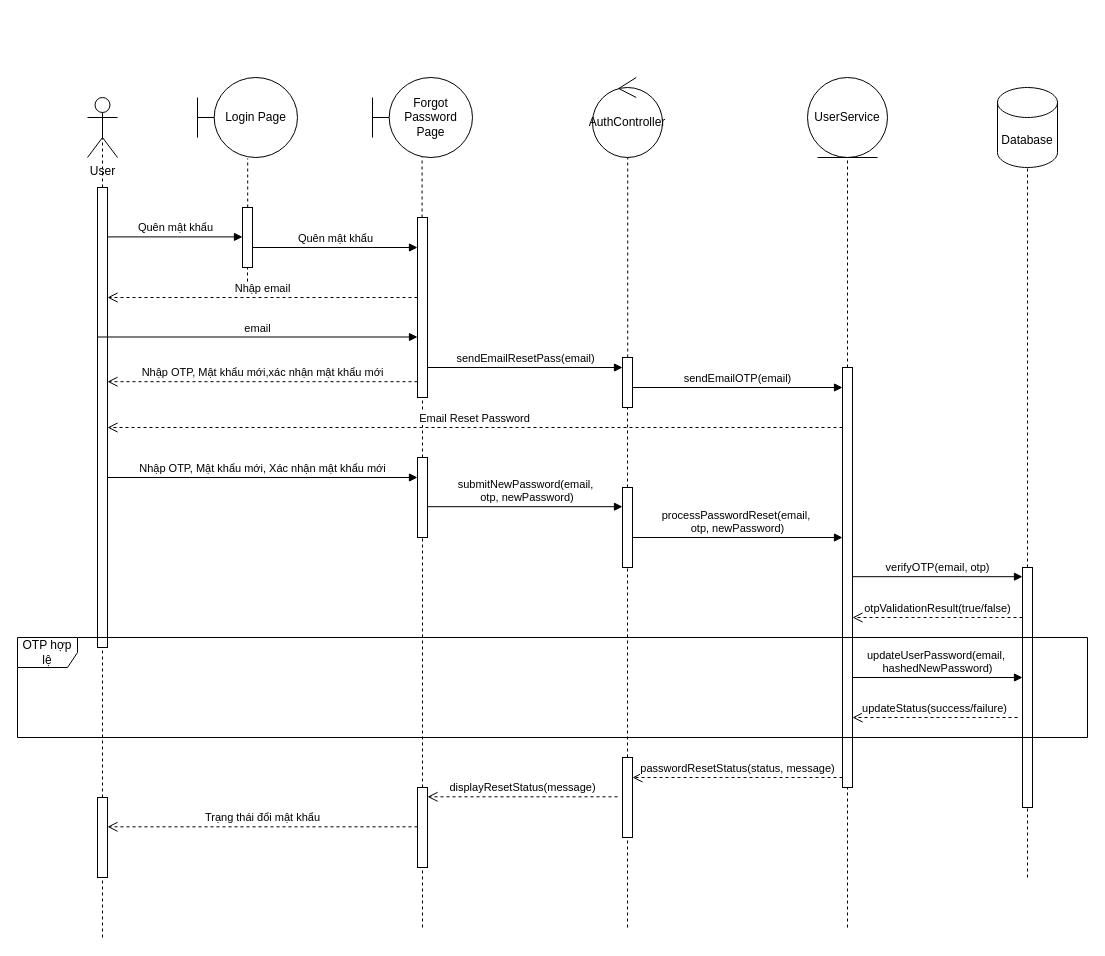
This is Sequence diagram/Login/forgot_password.drawio from cuongceg/BTL-IT3120, a draw.io file, before an edit. Source tidied: cells renumbered, new cells numbered last; positions are measured from the earlier drawing's top-left corner, leaving out a move shared by most shapes. Both pictures are drawn from the tidied source at 100%, with x=0, y=0 at pixel (17, 77).
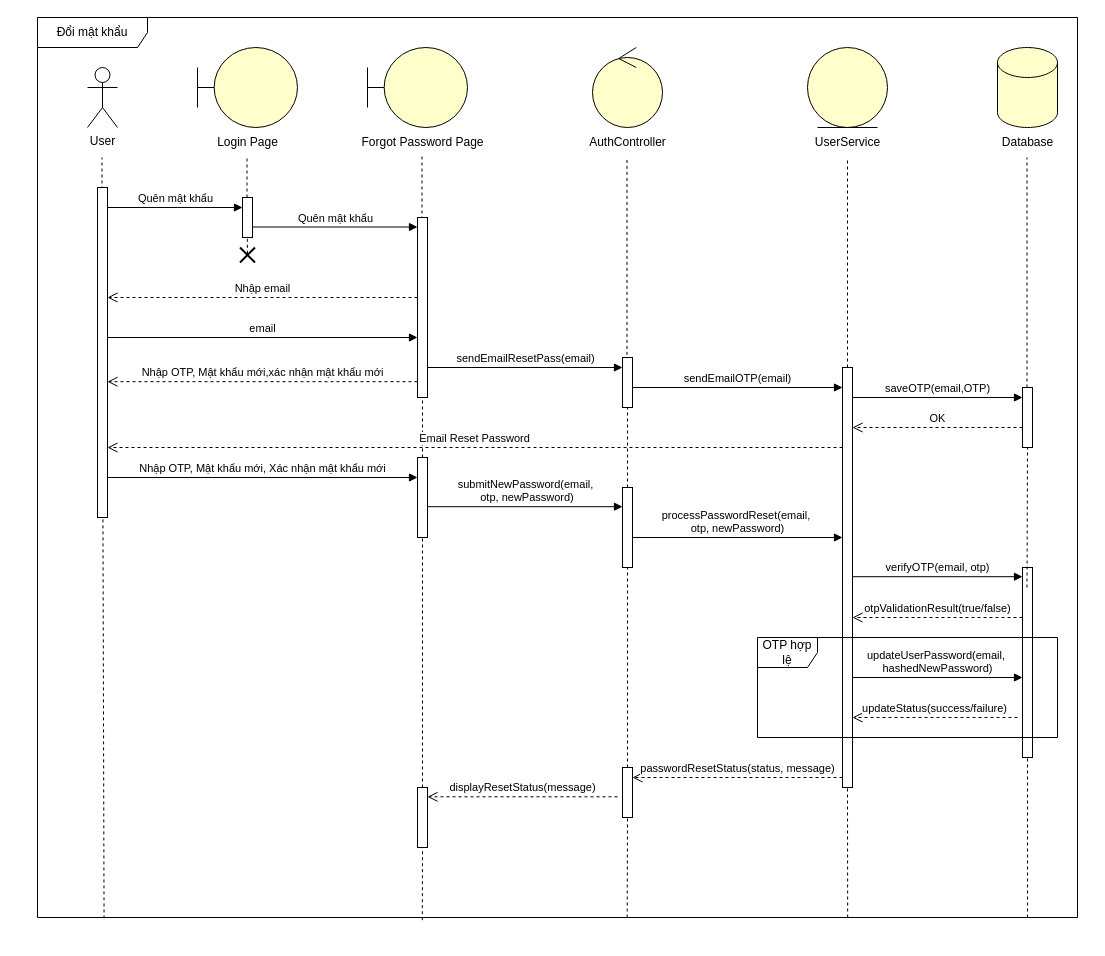
The same diagram, later.

Commit message:
Cập nhật forgot_password.drawio

Unchanged cells that the change refers to:
```xml
<mxCell id="16" style="html=1;points=[[0,0,0,0,5],[0,1,0,0,-5],[1,0,0,0,5],[1,1,0,0,-5]];perimeter=orthogonalPerimeter;outlineConnect=0;targetShapes=umlLifeline;portConstraint=eastwest;newEdgeStyle={&quot;curved&quot;:0,&quot;rounded&quot;:0};" parent="1" vertex="1">
  <mxGeometry x="400" y="140" width="10" height="180" as="geometry" />
</mxCell>
<mxCell id="21" style="html=1;points=[[0,0,0,0,5],[0,1,0,0,-5],[1,0,0,0,5],[1,1,0,0,-5]];perimeter=orthogonalPerimeter;outlineConnect=0;targetShapes=umlLifeline;portConstraint=eastwest;newEdgeStyle={&quot;curved&quot;:0,&quot;rounded&quot;:0};" parent="1" vertex="1">
  <mxGeometry x="605" y="280" width="10" height="50" as="geometry" />
</mxCell>
<mxCell id="24" style="html=1;points=[[0,0,0,0,5],[0,1,0,0,-5],[1,0,0,0,5],[1,1,0,0,-5]];perimeter=orthogonalPerimeter;outlineConnect=0;targetShapes=umlLifeline;portConstraint=eastwest;newEdgeStyle={&quot;curved&quot;:0,&quot;rounded&quot;:0};" parent="1" vertex="1">
  <mxGeometry x="825" y="290" width="10" height="420" as="geometry" />
</mxCell>
```

The edit, as a diff of the source:
```diff
@@
     <mxCell id="2" value="User" style="shape=umlActor;verticalLabelPosition=bottom;verticalAlign=top;html=1;outlineConnect=0;" parent="1" vertex="1">
-      <mxGeometry x="70" y="20" width="30" height="60" as="geometry" />
+      <mxGeometry x="70" y="-10" width="30" height="60" as="geometry" />
     </mxCell>
-    <mxCell id="3" style="endArrow=none;dashed=1;html=1;rounded=0;entryX=0.5;entryY=0.5;entryDx=0;entryDy=0;entryPerimeter=0;" parent="1" edge="1" source="11" target="2">
-      <mxGeometry relative="1" as="geometry" />
+    <mxCell id="3" style="endArrow=none;dashed=1;html=1;rounded=0;entryX=0.5;entryY=0.5;entryDx=0;entryDy=0;entryPerimeter=0;" parent="1" edge="1">
+      <mxGeometry relative="1" as="geometry">
+        <mxPoint x="84.5" y="160" as="sourcePoint" />
+        <mxPoint x="84.5" y="80" as="targetPoint" />
+      </mxGeometry>
     </mxCell>
-    <mxCell id="4" value="Database" style="shape=cylinder3;whiteSpace=wrap;html=1;boundedLbl=1;backgroundOutline=1;size=15;" parent="1" vertex="1">
-      <mxGeometry x="980" y="10" width="60" height="80" as="geometry" />
+    <mxCell id="4" style="shape=cylinder3;whiteSpace=wrap;html=1;boundedLbl=1;backgroundOutline=1;size=15;fillColor=light-dark(#FFFFCC,#FFFFCC);" parent="1" vertex="1">
+      <mxGeometry x="980" y="-30" width="60" height="80" as="geometry" />
     </mxCell>
-    <mxCell id="5" style="endArrow=none;dashed=1;html=1;rounded=0;entryX=0.502;entryY=1.013;entryDx=0;entryDy=0;entryPerimeter=0;" parent="1" edge="1" source="13" target="51">
-      <mxGeometry relative="1" as="geometry" />
+    <mxCell id="5" style="endArrow=none;dashed=1;html=1;rounded=0;entryX=0.502;entryY=1.013;entryDx=0;entryDy=0;entryPerimeter=0;" parent="1" edge="1" source="13">
+      <mxGeometry relative="1" as="geometry">
+        <mxPoint x="229.5" y="80" as="targetPoint" />
+      </mxGeometry>
     </mxCell>
-    <mxCell id="6" style="endArrow=none;dashed=1;html=1;rounded=0;entryX=0.496;entryY=0.983;entryDx=0;entryDy=0;entryPerimeter=0;" parent="1" edge="1" source="16" target="52">
-      <mxGeometry relative="1" as="geometry" />
+    <mxCell id="6" style="endArrow=none;dashed=1;html=1;rounded=0;entryX=0.496;entryY=0.983;entryDx=0;entryDy=0;entryPerimeter=0;" parent="1" edge="1">
+      <mxGeometry relative="1" as="geometry">
+        <mxPoint x="404.5" y="160" as="sourcePoint" />
+        <mxPoint x="404.5" y="78.6" as="targetPoint" />
+      </mxGeometry>
     </mxCell>
-    <mxCell id="7" style="endArrow=none;dashed=1;html=1;rounded=0;entryX=0.503;entryY=0.983;entryDx=0;entryDy=0;entryPerimeter=0;" parent="1" edge="1" source="21" target="53">
-      <mxGeometry relative="1" as="geometry" />
+    <mxCell id="7" style="endArrow=none;dashed=1;html=1;rounded=0;entryX=0.503;entryY=0.983;entryDx=0;entryDy=0;entryPerimeter=0;" parent="1" edge="1">
+      <mxGeometry relative="1" as="geometry">
+        <mxPoint x="609.5" y="301.4" as="sourcePoint" />
+        <mxPoint x="609.5" y="80" as="targetPoint" />
+      </mxGeometry>
     </mxCell>
@@
-    <mxCell id="9" style="endArrow=none;dashed=1;html=1;rounded=0;entryX=0.5;entryY=1;entryDx=0;entryDy=0;entryPerimeter=0;" parent="1" edge="1" source="37" target="4">
-      <mxGeometry relative="1" as="geometry" />
+    <mxCell id="9" style="endArrow=none;dashed=1;html=1;rounded=0;entryX=0.5;entryY=1;entryDx=0;entryDy=0;entryPerimeter=0;" parent="1" edge="1" source="66">
+      <mxGeometry relative="1" as="geometry">
+        <mxPoint x="1009.5" y="80" as="targetPoint" />
+      </mxGeometry>
     </mxCell>
-    <mxCell id="10" style="endArrow=none;dashed=1;html=1;rounded=0;entryX=0.5;entryY=0.5;entryDx=0;entryDy=0;entryPerimeter=0;" parent="1" edge="1" source="49" target="11">
+    <mxCell id="10" style="endArrow=none;dashed=1;html=1;rounded=0;entryX=0.5;entryY=0.5;entryDx=0;entryDy=0;entryPerimeter=0;exitX=0.064;exitY=1.001;exitDx=0;exitDy=0;exitPerimeter=0;" parent="1" edge="1" source="67" target="11">
       <mxGeometry relative="1" as="geometry" />
     </mxCell>
     <mxCell id="11" style="html=1;points=[[0,0,0,0,5],[0,1,0,0,-5],[1,0,0,0,5],[1,1,0,0,-5]];perimeter=orthogonalPerimeter;outlineConnect=0;targetShapes=umlLifeline;portConstraint=eastwest;newEdgeStyle={&quot;curved&quot;:0,&quot;rounded&quot;:0};" parent="1" vertex="1">
-      <mxGeometry x="80" y="110" width="10" height="460" as="geometry" />
+      <mxGeometry x="80" y="110" width="10" height="330" as="geometry" />
     </mxCell>
-    <mxCell id="12" style="endArrow=none;dashed=1;html=1;rounded=0;entryX=0.5;entryY=1;entryDx=0;entryDy=0;" parent="1" edge="1" target="13">
+    <mxCell id="12" style="endArrow=none;dashed=1;html=1;rounded=0;entryX=0.5;entryY=1;entryDx=0;entryDy=0;exitX=0.5;exitY=0.42;exitDx=0;exitDy=0;exitPerimeter=0;" parent="1" edge="1" source="56">
       <mxGeometry relative="1" as="geometry">
-        <mxPoint x="230" y="210" as="sourcePoint" />
+        <mxPoint x="229.5" y="140" as="targetPoint" />
       </mxGeometry>
     </mxCell>
-    <mxCell id="13" style="html=1;points=[[0,0,0,0,5],[0,1,0,0,-5],[1,0,0,0,5],[1,1,0,0,-5]];perimeter=orthogonalPerimeter;outlineConnect=0;targetShapes=umlLifeline;portConstraint=eastwest;newEdgeStyle={&quot;curved&quot;:0,&quot;rounded&quot;:0};" parent="1" vertex="1">
-      <mxGeometry x="225" y="130" width="10" height="60" as="geometry" />
-    </mxCell>
     <mxCell id="14" value="Quên mật khẩu" style="html=1;verticalAlign=bottom;endArrow=block;curved=0;rounded=0;" parent="1" edge="1">
       <mxGeometry relative="1" as="geometry">
-        <mxPoint x="90" y="159.4" as="sourcePoint" />
-        <mxPoint x="225" y="159.4" as="targetPoint" />
+        <mxPoint x="90" y="130" as="sourcePoint" />
+        <mxPoint x="225" y="130" as="targetPoint" />
         <Array as="points">
-          <mxPoint x="160" y="159.4" />
+          <mxPoint x="160" y="130" />
         </Array>
       </mxGeometry>
     </mxCell>
@@
-    <mxCell id="17" value="Quên mật khẩu" style="html=1;verticalAlign=bottom;endArrow=block;curved=0;rounded=0;" parent="1" edge="1" target="16">
+    <mxCell id="17" value="Quên mật khẩu" style="html=1;verticalAlign=bottom;endArrow=block;curved=0;rounded=0;" parent="1" edge="1">
       <mxGeometry relative="1" as="geometry">
-        <mxPoint x="235" y="170" as="sourcePoint" />
+        <mxPoint x="235" y="149.5" as="sourcePoint" />
+        <mxPoint x="400" y="149.5" as="targetPoint" />
       </mxGeometry>
     </mxCell>
-    <mxCell id="18" value="Nhập email" style="html=1;verticalAlign=bottom;endArrow=open;dashed=1;endSize=8;curved=0;rounded=0;" parent="1" edge="1">
+    <mxCell id="18" value="Nhập&amp;nbsp;&lt;span style=&quot;background-color: light-dark(#ffffff, var(--ge-dark-color, #121212)); color: light-dark(rgb(0, 0, 0), rgb(255, 255, 255));&quot;&gt;email&lt;/span&gt;" style="html=1;verticalAlign=bottom;endArrow=open;dashed=1;endSize=8;curved=0;rounded=0;" parent="1" edge="1">
       <mxGeometry relative="1" as="geometry">
         <mxPoint x="400" y="220" as="sourcePoint" />
         <mxPoint x="90" y="220" as="targetPoint" />
       </mxGeometry>
     </mxCell>
     <mxCell id="19" value="email" style="html=1;verticalAlign=bottom;endArrow=block;curved=0;rounded=0;" parent="1" edge="1" target="16">
       <mxGeometry relative="1" as="geometry">
-        <mxPoint x="80" y="259.5" as="sourcePoint" />
+        <mxPoint x="90" y="260" as="sourcePoint" />
       </mxGeometry>
     </mxCell>
@@
-    <mxCell id="23" style="endArrow=none;dashed=1;html=1;rounded=0;entryX=0.5;entryY=1;entryDx=0;entryDy=0;" parent="1" edge="1" target="24">
-      <mxGeometry relative="1" as="geometry">
-        <mxPoint x="830" y="850" as="sourcePoint" />
-      </mxGeometry>
+    <mxCell id="23" style="endArrow=none;dashed=1;html=1;rounded=0;entryX=0.5;entryY=1;entryDx=0;entryDy=0;exitX=0.779;exitY=1;exitDx=0;exitDy=0;exitPerimeter=0;" parent="1" edge="1" source="67" target="24">
+      <mxGeometry relative="1" as="geometry" />
     </mxCell>
@@
-    <mxCell id="26" value="Email Reset Password" style="html=1;verticalAlign=bottom;endArrow=open;dashed=1;endSize=8;curved=0;rounded=0;" parent="1" edge="1" target="11">
+    <mxCell id="26" value="Email Reset Password" style="html=1;verticalAlign=bottom;endArrow=open;dashed=1;endSize=8;curved=0;rounded=0;" parent="1" edge="1">
       <mxGeometry relative="1" as="geometry">
-        <mxPoint x="825" y="350" as="sourcePoint" />
+        <mxPoint x="825" y="370" as="sourcePoint" />
+        <mxPoint x="90" y="370" as="targetPoint" />
       </mxGeometry>
     </mxCell>
@@
-    <mxCell id="36" style="endArrow=none;dashed=1;html=1;rounded=0;entryX=0.5;entryY=1;entryDx=0;entryDy=0;entryPerimeter=0;" parent="1" edge="1" target="37">
-      <mxGeometry relative="1" as="geometry">
-        <mxPoint x="1010" y="800" as="sourcePoint" />
-      </mxGeometry>
+    <mxCell id="36" style="endArrow=none;dashed=1;html=1;rounded=0;entryX=0.5;entryY=1;entryDx=0;entryDy=0;entryPerimeter=0;exitX=0.952;exitY=1;exitDx=0;exitDy=0;exitPerimeter=0;" parent="1" edge="1" source="67" target="37">
+      <mxGeometry relative="1" as="geometry" />
     </mxCell>
     <mxCell id="37" style="html=1;points=[[0,0,0,0,5],[0,1,0,0,-5],[1,0,0,0,5],[1,1,0,0,-5]];perimeter=orthogonalPerimeter;outlineConnect=0;targetShapes=umlLifeline;portConstraint=eastwest;newEdgeStyle={&quot;curved&quot;:0,&quot;rounded&quot;:0};" parent="1" vertex="1">
-      <mxGeometry x="1005" y="490" width="10" height="240" as="geometry" />
+      <mxGeometry x="1005" y="490" width="10" height="190" as="geometry" />
     </mxCell>
@@
     <mxCell id="39" value="OTP hợp lệ" style="shape=umlFrame;whiteSpace=wrap;html=1;" parent="1" vertex="1">
-      <mxGeometry y="560" width="1070" height="100" as="geometry" />
+      <mxGeometry x="740" y="560" width="300" height="100" as="geometry" />
     </mxCell>
@@
-    <mxCell id="43" style="endArrow=none;dashed=1;html=1;rounded=0;entryX=0.5;entryY=1;entryDx=0;entryDy=0;" parent="1" edge="1" target="44">
-      <mxGeometry relative="1" as="geometry">
-        <mxPoint x="610" y="850" as="sourcePoint" />
-      </mxGeometry>
+    <mxCell id="43" style="endArrow=none;dashed=1;html=1;rounded=0;entryX=0.5;entryY=1;entryDx=0;entryDy=0;exitX=0.567;exitY=1;exitDx=0;exitDy=0;exitPerimeter=0;" parent="1" edge="1" source="67" target="44">
+      <mxGeometry relative="1" as="geometry" />
     </mxCell>
     <mxCell id="44" style="html=1;points=[[0,0,0,0,5],[0,1,0,0,-5],[1,0,0,0,5],[1,1,0,0,-5]];perimeter=orthogonalPerimeter;outlineConnect=0;targetShapes=umlLifeline;portConstraint=eastwest;newEdgeStyle={&quot;curved&quot;:0,&quot;rounded&quot;:0};" parent="1" vertex="1">
-      <mxGeometry x="605" y="680" width="10" height="80" as="geometry" />
+      <mxGeometry x="605" y="690" width="10" height="50" as="geometry" />
     </mxCell>
-    <mxCell id="45" style="endArrow=none;dashed=1;html=1;rounded=0;entryX=0.5;entryY=1;entryDx=0;entryDy=0;" parent="1" edge="1" target="46">
-      <mxGeometry relative="1" as="geometry">
-        <mxPoint x="405" y="850" as="sourcePoint" />
-      </mxGeometry>
+    <mxCell id="45" style="endArrow=none;dashed=1;html=1;rounded=0;entryX=0.5;entryY=1;entryDx=0;entryDy=0;exitX=0.37;exitY=1.003;exitDx=0;exitDy=0;exitPerimeter=0;" parent="1" edge="1" source="67" target="46">
+      <mxGeometry relative="1" as="geometry" />
     </mxCell>
     <mxCell id="46" style="html=1;points=[[0,0,0,0,5],[0,1,0,0,-5],[1,0,0,0,5],[1,1,0,0,-5]];perimeter=orthogonalPerimeter;outlineConnect=0;targetShapes=umlLifeline;portConstraint=eastwest;newEdgeStyle={&quot;curved&quot;:0,&quot;rounded&quot;:0};" parent="1" vertex="1">
-      <mxGeometry x="400" y="710" width="10" height="80" as="geometry" />
+      <mxGeometry x="400" y="710" width="10" height="60" as="geometry" />
     </mxCell>
@@
-    <mxCell id="48" style="endArrow=none;dashed=1;html=1;rounded=0;entryX=0.5;entryY=0.5;entryDx=0;entryDy=0;entryPerimeter=0;" parent="1" edge="1" target="49">
-      <mxGeometry relative="1" as="geometry">
-        <mxPoint x="85" y="860" as="sourcePoint" />
-      </mxGeometry>
-    </mxCell>
-    <mxCell id="49" style="html=1;points=[[0,0,0,0,5],[0,1,0,0,-5],[1,0,0,0,5],[1,1,0,0,-5]];perimeter=orthogonalPerimeter;outlineConnect=0;targetShapes=umlLifeline;portConstraint=eastwest;newEdgeStyle={&quot;curved&quot;:0,&quot;rounded&quot;:0};" parent="1" vertex="1">
-      <mxGeometry x="80" y="720" width="10" height="80" as="geometry" />
-    </mxCell>
-    <mxCell id="50" value="Trạng thái đổi mật khẩu" style="html=1;verticalAlign=bottom;endArrow=open;dashed=1;endSize=8;curved=0;rounded=0;" parent="1" edge="1" target="49">
-      <mxGeometry relative="1" as="geometry">
-        <mxPoint x="400" y="749.3" as="sourcePoint" />
-      </mxGeometry>
-    </mxCell>
-    <mxCell id="51" value="Login Page" style="shape=umlBoundary;whiteSpace=wrap;html=1;" parent="1" vertex="1">
-      <mxGeometry x="180" width="100" height="80" as="geometry" />
+    <mxCell id="51" style="shape=umlBoundary;whiteSpace=wrap;html=1;fillColor=light-dark(#FFFFCC,#FFFFCC);" parent="1" vertex="1">
+      <mxGeometry x="180" y="-30" width="100" height="80" as="geometry" />
     </mxCell>
-    <mxCell id="52" value="Forgot Password Page" style="shape=umlBoundary;whiteSpace=wrap;html=1;" parent="1" vertex="1">
-      <mxGeometry x="355" width="100" height="80" as="geometry" />
+    <mxCell id="52" style="shape=umlBoundary;whiteSpace=wrap;html=1;fillColor=light-dark(#FFFFCC,#FFFFCC);" parent="1" vertex="1">
+      <mxGeometry x="350" y="-30" width="100" height="80" as="geometry" />
     </mxCell>
-    <mxCell id="53" value="AuthController" style="ellipse;shape=umlControl;whiteSpace=wrap;html=1;" parent="1" vertex="1">
-      <mxGeometry x="575" width="70" height="80" as="geometry" />
+    <mxCell id="53" style="ellipse;shape=umlControl;whiteSpace=wrap;html=1;fillColor=light-dark(#FFFFCC,#FFFFCC);" parent="1" vertex="1">
+      <mxGeometry x="575" y="-30" width="70" height="80" as="geometry" />
     </mxCell>
-    <mxCell id="54" value="UserService" style="ellipse;shape=umlEntity;whiteSpace=wrap;html=1;" parent="1" vertex="1">
-      <mxGeometry x="790" width="80" height="80" as="geometry" />
+    <mxCell id="54" style="ellipse;shape=umlEntity;whiteSpace=wrap;html=1;fillColor=light-dark(#FFFFCC,#FFFFCC);" parent="1" vertex="1">
+      <mxGeometry x="790" y="-30" width="80" height="80" as="geometry" />
     </mxCell>
+    <mxCell id="55" style="endArrow=none;dashed=1;html=1;rounded=0;entryX=0.502;entryY=1.013;entryDx=0;entryDy=0;entryPerimeter=0;" parent="1" edge="1" target="13">
+      <mxGeometry relative="1" as="geometry">
+        <mxPoint x="229.5" y="149" as="sourcePoint" />
+      </mxGeometry>
+    </mxCell>
+    <mxCell id="13" style="html=1;points=[[0,0,0,0,5],[0,1,0,0,-5],[1,0,0,0,5],[1,1,0,0,-5]];perimeter=orthogonalPerimeter;outlineConnect=0;targetShapes=umlLifeline;portConstraint=eastwest;newEdgeStyle={&quot;curved&quot;:0,&quot;rounded&quot;:0};" parent="1" vertex="1">
+      <mxGeometry x="225" y="120" width="10" height="40" as="geometry" />
+    </mxCell>
+    <mxCell id="56" style="shape=umlDestroy;whiteSpace=wrap;html=1;strokeWidth=2;targetShapes=umlLifeline;fontSize=6;" parent="1" vertex="1">
+      <mxGeometry x="222.5" y="170" width="15" height="15" as="geometry" />
+    </mxCell>
+    <mxCell id="57" value="Login Page" style="text;html=1;align=center;verticalAlign=middle;strokeColor=none;fillColor=none;" parent="1" vertex="1">
+      <mxGeometry x="190" y="50" width="80" height="30" as="geometry" />
+    </mxCell>
+    <mxCell id="58" value="Forgot Password Page" style="text;html=1;align=center;verticalAlign=middle;strokeColor=none;fillColor=none;" parent="1" vertex="1">
+      <mxGeometry x="330" y="50" width="150" height="30" as="geometry" />
+    </mxCell>
+    <mxCell id="59" value="AuthController" style="text;html=1;align=center;verticalAlign=middle;strokeColor=none;fillColor=none;" parent="1" vertex="1">
+      <mxGeometry x="560" y="50" width="100" height="30" as="geometry" />
+    </mxCell>
+    <mxCell id="60" value="&lt;span style=&quot;text-wrap-mode: wrap;&quot;&gt;UserService&lt;/span&gt;" style="text;html=1;align=center;verticalAlign=middle;strokeColor=none;fillColor=none;" parent="1" vertex="1">
+      <mxGeometry x="785" y="50" width="90" height="30" as="geometry" />
+    </mxCell>
+    <mxCell id="61" value="&lt;span style=&quot;text-wrap-mode: wrap;&quot;&gt;Database&lt;/span&gt;" style="text;html=1;align=center;verticalAlign=middle;strokeColor=none;fillColor=none;" parent="1" vertex="1">
+      <mxGeometry x="975" y="50" width="70" height="30" as="geometry" />
+    </mxCell>
+    <mxCell id="62" style="endArrow=none;dashed=1;html=1;rounded=0;entryX=0.5;entryY=1;entryDx=0;entryDy=0;entryPerimeter=0;" parent="1" edge="1" target="66">
+      <mxGeometry relative="1" as="geometry">
+        <mxPoint x="1009.5" y="510" as="sourcePoint" />
+      </mxGeometry>
+    </mxCell>
+    <mxCell id="63" value="saveOTP(email,OTP)" style="html=1;verticalAlign=bottom;endArrow=block;curved=0;rounded=0;" parent="1" edge="1" target="66">
+      <mxGeometry relative="1" as="geometry">
+        <mxPoint x="835" y="320" as="sourcePoint" />
+      </mxGeometry>
+    </mxCell>
+    <mxCell id="64" value="OK" style="html=1;verticalAlign=bottom;endArrow=open;dashed=1;endSize=8;curved=0;rounded=0;" parent="1" edge="1">
+      <mxGeometry relative="1" as="geometry">
+        <mxPoint x="1005" y="350" as="sourcePoint" />
+        <mxPoint x="835" y="350" as="targetPoint" />
+      </mxGeometry>
+    </mxCell>
+    <mxCell id="65" style="html=1;verticalAlign=bottom;endArrow=open;dashed=1;endSize=8;curved=0;rounded=0;" parent="1" edge="1" target="66">
+      <mxGeometry relative="1" as="geometry">
+        <mxPoint x="1005" y="350" as="sourcePoint" />
+      </mxGeometry>
+    </mxCell>
+    <mxCell id="66" style="html=1;points=[[0,0,0,0,5],[0,1,0,0,-5],[1,0,0,0,5],[1,1,0,0,-5]];perimeter=orthogonalPerimeter;outlineConnect=0;targetShapes=umlLifeline;portConstraint=eastwest;newEdgeStyle={&quot;curved&quot;:0,&quot;rounded&quot;:0};" parent="1" vertex="1">
+      <mxGeometry x="1005" y="310" width="10" height="60" as="geometry" />
+    </mxCell>
+    <mxCell id="67" value="Đổi mật khẩu" style="shape=umlFrame;whiteSpace=wrap;html=1;width=110;height=30;" parent="1" vertex="1">
+      <mxGeometry x="20" y="-60" width="1040" height="900" as="geometry" />
+    </mxCell>
```
